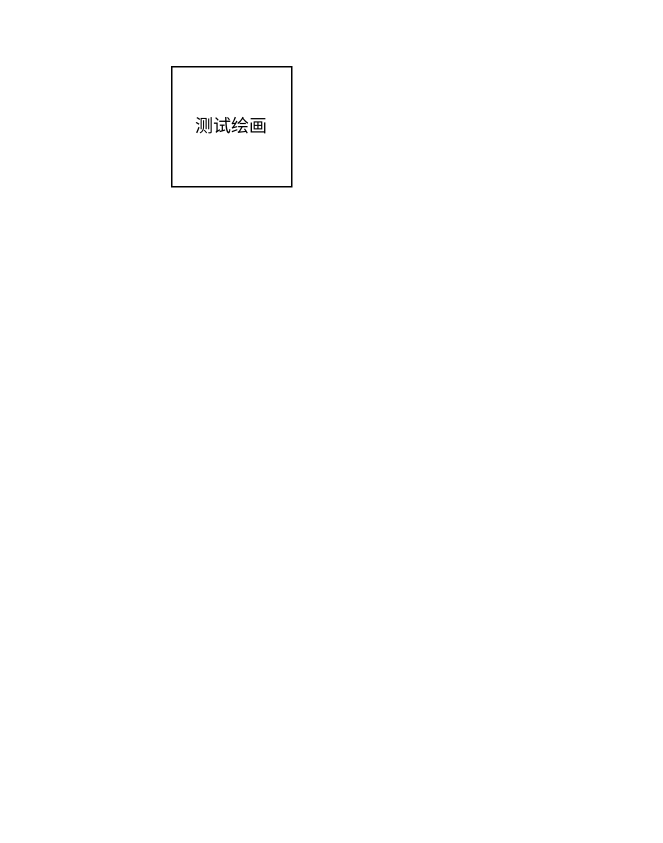
caikunsen/unimall keeps this draw.io diagram as docs/测试绘画.drawio. Above is the earlier version. Source tidied: cells renumbered, new cells numbered last; positions are measured from the earlier drawing's top-left corner, leaving out a move shared by most shapes. Both pictures are drawn from the tidied source at 150%, with x=0, y=0 at pixel (171, 66).
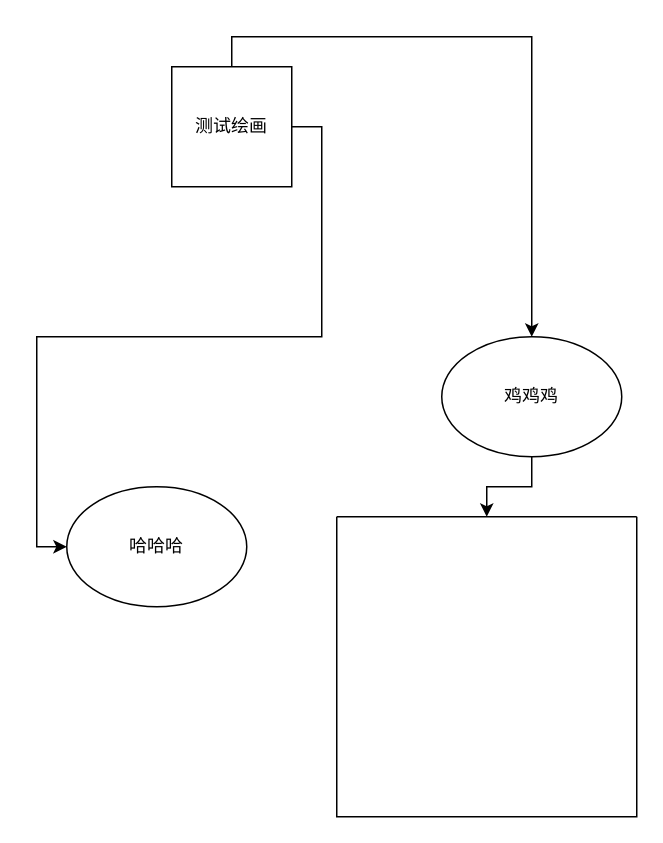
The same page after the edit.

Commit message:
更新测试绘画.drawio

Change to the diagram source:
```diff
@@
 <mxGraphModel>
   <root>
     <mxCell id="0" />
     <mxCell id="1" parent="0" />
+    <mxCell id="3" style="edgeStyle=orthogonalEdgeStyle;rounded=0;jettySize=auto;html=1;exitX=1;exitY=0.5;exitDx=0;exitDy=0;entryX=0;entryY=0.5;entryDx=0;entryDy=0;" parent="1" edge="1" source="2" target="5">
+      <mxGeometry relative="1" as="geometry" />
+    </mxCell>
+    <mxCell id="4" style="edgeStyle=orthogonalEdgeStyle;rounded=0;jettySize=auto;html=1;exitX=0.5;exitY=0;exitDx=0;exitDy=0;entryX=0.5;entryY=0;entryDx=0;entryDy=0;" parent="1" edge="1" source="2" target="7">
+      <mxGeometry relative="1" as="geometry" />
+    </mxCell>
     <mxCell id="2" value="测试绘画" style="whiteSpace=wrap;html=1;" parent="1" vertex="1">
       <mxGeometry width="80" height="80" as="geometry" />
     </mxCell>
+    <mxCell id="5" value="哈哈哈" style="ellipse;whiteSpace=wrap;html=1;" parent="1" vertex="1">
+      <mxGeometry x="-70" y="280" width="120" height="80" as="geometry" />
+    </mxCell>
+    <mxCell id="6" style="edgeStyle=orthogonalEdgeStyle;rounded=0;jettySize=auto;html=1;exitX=0.5;exitY=1;exitDx=0;exitDy=0;entryX=0.5;entryY=0;entryDx=0;entryDy=0;" parent="1" edge="1" source="7" target="8">
+      <mxGeometry relative="1" as="geometry" />
+    </mxCell>
+    <mxCell id="7" value="鸡鸡鸡" style="ellipse;whiteSpace=wrap;html=1;" parent="1" vertex="1">
+      <mxGeometry x="180" y="180" width="120" height="80" as="geometry" />
+    </mxCell>
+    <mxCell id="8" style="swimlane;startSize=0;" parent="1" vertex="1">
+      <mxGeometry x="110" y="300" width="200" height="200" as="geometry" />
+    </mxCell>
   </root>
 </mxGraphModel>
```
